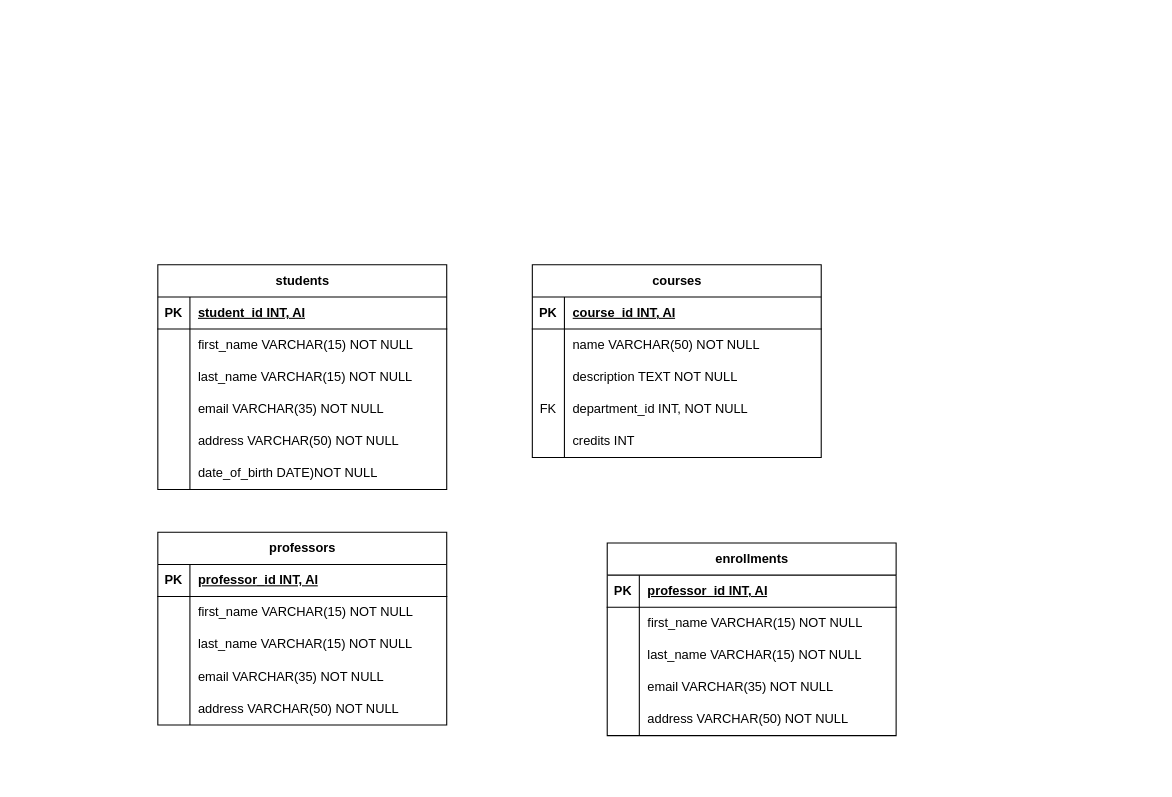
suryasaputra2016/YourFirstSite keeps this draw.io diagram as Phase2_graded_challenge2.drawio. Above is the earlier version. Source tidied: cells renumbered, new cells numbered last; positions are measured from the earlier drawing's top-left corner, leaving out a move shared by most shapes. Both pictures are drawn from the tidied source at 107%, with x=0, y=0 at pixel (157, 264).
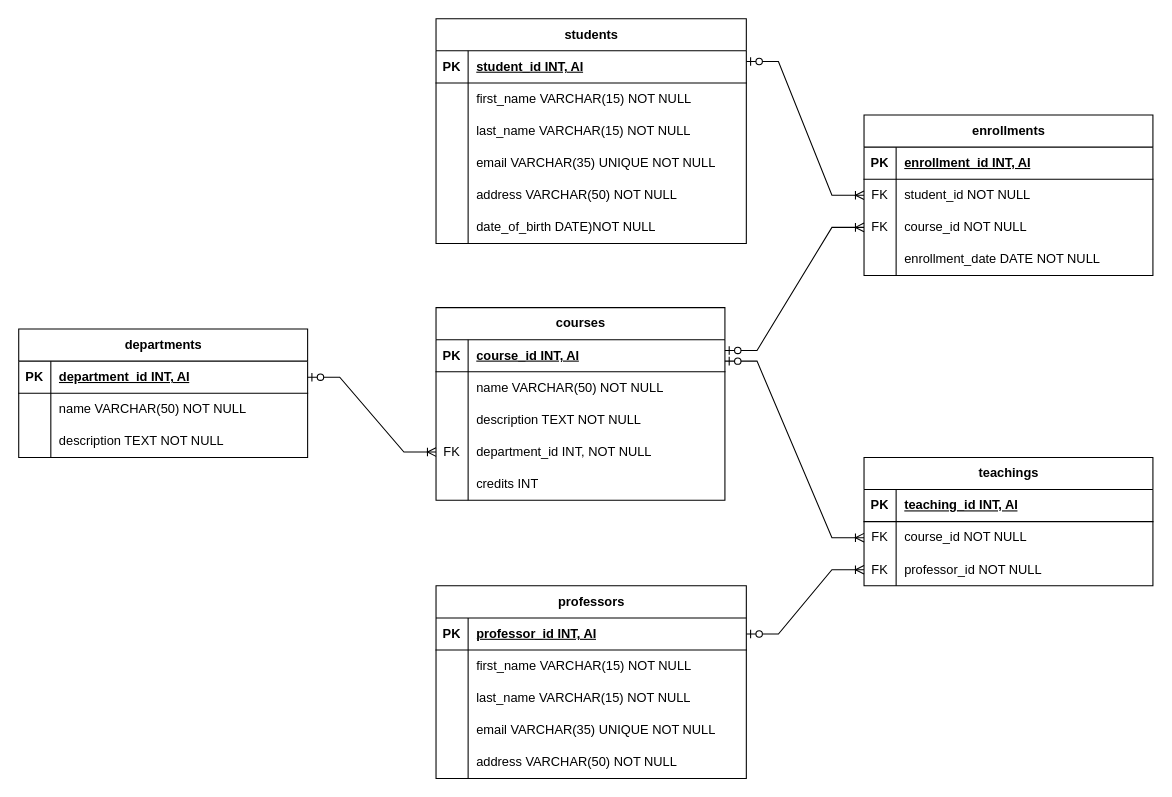
After the change.

Unchanged cells that the change refers to:
```xml
<mxCell id="31" style="shape=tableRow;horizontal=0;startSize=0;swimlaneHead=0;swimlaneBody=0;fillColor=none;points=[[0,0.5],[1,0.5]];portConstraint=eastwest;top=0;left=0;right=0;bottom=0;" parent="21" vertex="1">
  <mxGeometry y="120" width="270" height="30" as="geometry" />
</mxCell>
<mxCell id="54" style="shape=tableRow;horizontal=0;startSize=0;swimlaneHead=0;swimlaneBody=0;fillColor=none;top=0;left=0;right=0;bottom=1;" parent="53" vertex="1">
  <mxGeometry y="30" width="270" height="30" as="geometry" />
</mxCell>
<mxCell id="57" style="shape=tableRow;horizontal=0;startSize=0;swimlaneHead=0;swimlaneBody=0;fillColor=none;points=[[0,0.5],[1,0.5]];portConstraint=eastwest;top=0;left=0;right=0;bottom=0;" parent="53" vertex="1">
  <mxGeometry y="60" width="270" height="30" as="geometry" />
</mxCell>
<mxCell id="60" style="shape=tableRow;horizontal=0;startSize=0;swimlaneHead=0;swimlaneBody=0;fillColor=none;points=[[0,0.5],[1,0.5]];portConstraint=eastwest;top=0;left=0;right=0;bottom=0;" parent="53" vertex="1">
  <mxGeometry y="90" width="270" height="30" as="geometry" />
</mxCell>
<mxCell id="63" style="shape=tableRow;horizontal=0;startSize=0;swimlaneHead=0;swimlaneBody=0;fillColor=none;top=0;left=0;right=0;bottom=0;" parent="53" vertex="1">
  <mxGeometry y="120" width="270" height="30" as="geometry" />
</mxCell>
```

The edit, as a diff of the source:
```diff
@@
     <mxCell id="2" value="students" style="shape=table;startSize=30;childLayout=tableLayout;rowLines=0;fontStyle=1;align=center;html=1;" parent="1" vertex="1">
-      <mxGeometry width="270" height="210" as="geometry" />
+      <mxGeometry x="260" y="-230" width="290" height="210" as="geometry" />
     </mxCell>
     <mxCell id="3" style="shape=tableRow;horizontal=0;startSize=0;swimlaneHead=0;swimlaneBody=0;fillColor=none;top=0;left=0;right=0;bottom=1;" parent="2" vertex="1">
-      <mxGeometry y="30" width="270" height="30" as="geometry" />
+      <mxGeometry y="30" width="290" height="30" as="geometry" />
     </mxCell>
@@
     <mxCell id="5" value="student_id INT, AI" style="shape=partialRectangle;fillColor=none;top=0;left=0;bottom=0;right=0;align=left;spacingLeft=6;fontStyle=5;overflow=hidden;whiteSpace=wrap;html=1;" parent="3" vertex="1">
-      <mxGeometry x="30" width="240" height="30" as="geometry" />
+      <mxGeometry x="30" width="260" height="30" as="geometry" />
     </mxCell>
     <mxCell id="6" style="shape=tableRow;horizontal=0;startSize=0;swimlaneHead=0;swimlaneBody=0;fillColor=none;top=0;left=0;right=0;bottom=0;" parent="2" vertex="1">
-      <mxGeometry y="60" width="270" height="30" as="geometry" />
+      <mxGeometry y="60" width="290" height="30" as="geometry" />
     </mxCell>
@@
     <mxCell id="8" value="first_name VARCHAR(15) NOT NULL" style="shape=partialRectangle;fillColor=none;top=0;left=0;bottom=0;right=0;align=left;spacingLeft=6;overflow=hidden;whiteSpace=wrap;html=1;" parent="6" vertex="1">
-      <mxGeometry x="30" width="240" height="30" as="geometry" />
+      <mxGeometry x="30" width="260" height="30" as="geometry" />
     </mxCell>
     <mxCell id="9" style="shape=tableRow;horizontal=0;startSize=0;swimlaneHead=0;swimlaneBody=0;fillColor=none;top=0;left=0;right=0;bottom=0;" parent="2" vertex="1">
-      <mxGeometry y="90" width="270" height="30" as="geometry" />
+      <mxGeometry y="90" width="290" height="30" as="geometry" />
     </mxCell>
@@
     <mxCell id="11" value="last_name VARCHAR(15) NOT NULL" style="shape=partialRectangle;fillColor=none;top=0;left=0;bottom=0;right=0;align=left;spacingLeft=6;overflow=hidden;whiteSpace=wrap;html=1;" parent="9" vertex="1">
-      <mxGeometry x="30" width="240" height="30" as="geometry" />
+      <mxGeometry x="30" width="260" height="30" as="geometry" />
     </mxCell>
     <mxCell id="12" style="shape=tableRow;horizontal=0;startSize=0;swimlaneHead=0;swimlaneBody=0;fillColor=none;top=0;left=0;right=0;bottom=0;" parent="2" vertex="1">
-      <mxGeometry y="120" width="270" height="30" as="geometry" />
+      <mxGeometry y="120" width="290" height="30" as="geometry" />
     </mxCell>
@@
-    <mxCell id="14" value="email VARCHAR(35) NOT NULL" style="shape=partialRectangle;fillColor=none;top=0;left=0;bottom=0;right=0;align=left;spacingLeft=6;overflow=hidden;whiteSpace=wrap;html=1;" parent="12" vertex="1">
-      <mxGeometry x="30" width="240" height="30" as="geometry" />
+    <mxCell id="14" value="email VARCHAR(35) UNIQUE NOT NULL" style="shape=partialRectangle;fillColor=none;top=0;left=0;bottom=0;right=0;align=left;spacingLeft=6;overflow=hidden;whiteSpace=wrap;html=1;" parent="12" vertex="1">
+      <mxGeometry x="30" width="260" height="30" as="geometry" />
     </mxCell>
     <mxCell id="15" style="shape=tableRow;horizontal=0;startSize=0;swimlaneHead=0;swimlaneBody=0;fillColor=none;top=0;left=0;right=0;bottom=0;" parent="2" vertex="1">
-      <mxGeometry y="150" width="270" height="30" as="geometry" />
+      <mxGeometry y="150" width="290" height="30" as="geometry" />
     </mxCell>
@@
     <mxCell id="17" value="address VARCHAR(50) NOT NULL" style="shape=partialRectangle;fillColor=none;top=0;left=0;bottom=0;right=0;align=left;spacingLeft=6;overflow=hidden;whiteSpace=wrap;html=1;" parent="15" vertex="1">
-      <mxGeometry x="30" width="240" height="30" as="geometry" />
+      <mxGeometry x="30" width="260" height="30" as="geometry" />
     </mxCell>
     <mxCell id="18" style="shape=tableRow;horizontal=0;startSize=0;swimlaneHead=0;swimlaneBody=0;fillColor=none;top=0;left=0;right=0;bottom=0;" parent="2" vertex="1">
-      <mxGeometry y="180" width="270" height="30" as="geometry" />
+      <mxGeometry y="180" width="290" height="30" as="geometry" />
     </mxCell>
@@
     <mxCell id="20" value="date_of_birth DATE)NOT NULL" style="shape=partialRectangle;fillColor=none;top=0;left=0;bottom=0;right=0;align=left;spacingLeft=6;overflow=hidden;whiteSpace=wrap;html=1;" parent="18" vertex="1">
-      <mxGeometry x="30" width="240" height="30" as="geometry" />
+      <mxGeometry x="30" width="260" height="30" as="geometry" />
     </mxCell>
     <mxCell id="21" value="courses" style="shape=table;startSize=30;childLayout=tableLayout;rowLines=0;fontStyle=1;align=center;html=1;" parent="1" vertex="1">
-      <mxGeometry x="350" width="270" height="180" as="geometry" />
+      <mxGeometry x="260" y="40" width="270" height="180" as="geometry" />
     </mxCell>
@@
     <mxCell id="37" value="professors" style="shape=table;startSize=30;childLayout=tableLayout;rowLines=0;fontStyle=1;align=center;html=1;" parent="1" vertex="1">
-      <mxGeometry y="250" width="270" height="180" as="geometry" />
+      <mxGeometry x="260" y="300" width="290" height="180" as="geometry" />
     </mxCell>
     <mxCell id="38" style="shape=tableRow;horizontal=0;startSize=0;swimlaneHead=0;swimlaneBody=0;fillColor=none;top=0;left=0;right=0;bottom=1;" parent="37" vertex="1">
-      <mxGeometry y="30" width="270" height="30" as="geometry" />
+      <mxGeometry y="30" width="290" height="30" as="geometry" />
     </mxCell>
@@
     <mxCell id="40" value="professor_id INT, AI" style="shape=partialRectangle;fillColor=none;top=0;left=0;bottom=0;right=0;align=left;spacingLeft=6;fontStyle=5;overflow=hidden;whiteSpace=wrap;html=1;" parent="38" vertex="1">
-      <mxGeometry x="30" width="240" height="30" as="geometry" />
+      <mxGeometry x="30" width="260" height="30" as="geometry" />
     </mxCell>
     <mxCell id="41" style="shape=tableRow;horizontal=0;startSize=0;swimlaneHead=0;swimlaneBody=0;fillColor=none;top=0;left=0;right=0;bottom=0;" parent="37" vertex="1">
-      <mxGeometry y="60" width="270" height="30" as="geometry" />
+      <mxGeometry y="60" width="290" height="30" as="geometry" />
     </mxCell>
@@
     <mxCell id="43" value="first_name VARCHAR(15) NOT NULL" style="shape=partialRectangle;fillColor=none;top=0;left=0;bottom=0;right=0;align=left;spacingLeft=6;overflow=hidden;whiteSpace=wrap;html=1;" parent="41" vertex="1">
-      <mxGeometry x="30" width="240" height="30" as="geometry" />
+      <mxGeometry x="30" width="260" height="30" as="geometry" />
     </mxCell>
     <mxCell id="44" style="shape=tableRow;horizontal=0;startSize=0;swimlaneHead=0;swimlaneBody=0;fillColor=none;top=0;left=0;right=0;bottom=0;" parent="37" vertex="1">
-      <mxGeometry y="90" width="270" height="30" as="geometry" />
+      <mxGeometry y="90" width="290" height="30" as="geometry" />
     </mxCell>
@@
     <mxCell id="46" value="last_name VARCHAR(15) NOT NULL" style="shape=partialRectangle;fillColor=none;top=0;left=0;bottom=0;right=0;align=left;spacingLeft=6;overflow=hidden;whiteSpace=wrap;html=1;" parent="44" vertex="1">
-      <mxGeometry x="30" width="240" height="30" as="geometry" />
+      <mxGeometry x="30" width="260" height="30" as="geometry" />
     </mxCell>
     <mxCell id="47" style="shape=tableRow;horizontal=0;startSize=0;swimlaneHead=0;swimlaneBody=0;fillColor=none;top=0;left=0;right=0;bottom=0;" parent="37" vertex="1">
-      <mxGeometry y="120" width="270" height="30" as="geometry" />
+      <mxGeometry y="120" width="290" height="30" as="geometry" />
     </mxCell>
@@
-    <mxCell id="49" value="email VARCHAR(35) NOT NULL" style="shape=partialRectangle;fillColor=none;top=0;left=0;bottom=0;right=0;align=left;spacingLeft=6;overflow=hidden;whiteSpace=wrap;html=1;" parent="47" vertex="1">
-      <mxGeometry x="30" width="240" height="30" as="geometry" />
+    <mxCell id="49" value="email VARCHAR(35) UNIQUE NOT NULL" style="shape=partialRectangle;fillColor=none;top=0;left=0;bottom=0;right=0;align=left;spacingLeft=6;overflow=hidden;whiteSpace=wrap;html=1;" parent="47" vertex="1">
+      <mxGeometry x="30" width="260" height="30" as="geometry" />
     </mxCell>
     <mxCell id="50" style="shape=tableRow;horizontal=0;startSize=0;swimlaneHead=0;swimlaneBody=0;fillColor=none;top=0;left=0;right=0;bottom=0;" parent="37" vertex="1">
-      <mxGeometry y="150" width="270" height="30" as="geometry" />
+      <mxGeometry y="150" width="290" height="30" as="geometry" />
     </mxCell>
@@
     <mxCell id="52" value="address VARCHAR(50) NOT NULL" style="shape=partialRectangle;fillColor=none;top=0;left=0;bottom=0;right=0;align=left;spacingLeft=6;overflow=hidden;whiteSpace=wrap;html=1;" parent="50" vertex="1">
-      <mxGeometry x="30" width="240" height="30" as="geometry" />
+      <mxGeometry x="30" width="260" height="30" as="geometry" />
     </mxCell>
     <mxCell id="53" value="enrollments" style="shape=table;startSize=30;childLayout=tableLayout;rowLines=0;fontStyle=1;align=center;html=1;" parent="1" vertex="1">
-      <mxGeometry x="420" y="260" width="270" height="180" as="geometry" />
+      <mxGeometry x="660" y="-140" width="270" height="150" as="geometry" />
     </mxCell>
@@
-    <mxCell id="56" value="professor_id INT, AI" style="shape=partialRectangle;fillColor=none;top=0;left=0;bottom=0;right=0;align=left;spacingLeft=6;fontStyle=5;overflow=hidden;whiteSpace=wrap;html=1;" parent="54" vertex="1">
+    <mxCell id="56" value="enrollment_id INT, AI" style="shape=partialRectangle;fillColor=none;top=0;left=0;bottom=0;right=0;align=left;spacingLeft=6;fontStyle=5;overflow=hidden;whiteSpace=wrap;html=1;" parent="54" vertex="1">
       <mxGeometry x="30" width="240" height="30" as="geometry" />
     </mxCell>
@@
-    <mxCell id="58" style="shape=partialRectangle;fillColor=none;top=0;left=0;bottom=0;right=0;overflow=hidden;whiteSpace=wrap;html=1;" parent="57" vertex="1">
+    <mxCell id="58" value="FK" style="shape=partialRectangle;fillColor=none;top=0;left=0;bottom=0;right=0;overflow=hidden;whiteSpace=wrap;html=1;" parent="57" vertex="1">
       <mxGeometry width="30" height="30" as="geometry" />
     </mxCell>
-    <mxCell id="59" value="first_name VARCHAR(15) NOT NULL" style="shape=partialRectangle;fillColor=none;top=0;left=0;bottom=0;right=0;align=left;spacingLeft=6;overflow=hidden;whiteSpace=wrap;html=1;" parent="57" vertex="1">
+    <mxCell id="59" value="student_id NOT NULL" style="shape=partialRectangle;fillColor=none;top=0;left=0;bottom=0;right=0;align=left;spacingLeft=6;overflow=hidden;whiteSpace=wrap;html=1;" parent="57" vertex="1">
       <mxGeometry x="30" width="240" height="30" as="geometry" />
     </mxCell>
@@
-    <mxCell id="61" style="shape=partialRectangle;fillColor=none;top=0;left=0;bottom=0;right=0;overflow=hidden;whiteSpace=wrap;html=1;" parent="60" vertex="1">
+    <mxCell id="61" value="FK" style="shape=partialRectangle;fillColor=none;top=0;left=0;bottom=0;right=0;overflow=hidden;whiteSpace=wrap;html=1;" parent="60" vertex="1">
       <mxGeometry width="30" height="30" as="geometry" />
     </mxCell>
-    <mxCell id="62" value="last_name VARCHAR(15) NOT NULL" style="shape=partialRectangle;fillColor=none;top=0;left=0;bottom=0;right=0;align=left;spacingLeft=6;overflow=hidden;whiteSpace=wrap;html=1;" parent="60" vertex="1">
+    <mxCell id="62" value="course_id NOT NULL" style="shape=partialRectangle;fillColor=none;top=0;left=0;bottom=0;right=0;align=left;spacingLeft=6;overflow=hidden;whiteSpace=wrap;html=1;" parent="60" vertex="1">
       <mxGeometry x="30" width="240" height="30" as="geometry" />
     </mxCell>
@@
-    <mxCell id="65" value="email VARCHAR(35) NOT NULL" style="shape=partialRectangle;fillColor=none;top=0;left=0;bottom=0;right=0;align=left;spacingLeft=6;overflow=hidden;whiteSpace=wrap;html=1;" parent="63" vertex="1">
+    <mxCell id="65" value="enrollment_date DATE NOT NULL" style="shape=partialRectangle;fillColor=none;top=0;left=0;bottom=0;right=0;align=left;spacingLeft=6;overflow=hidden;whiteSpace=wrap;html=1;" parent="63" vertex="1">
       <mxGeometry x="30" width="240" height="30" as="geometry" />
     </mxCell>
-    <mxCell id="66" style="shape=tableRow;horizontal=0;startSize=0;swimlaneHead=0;swimlaneBody=0;fillColor=none;top=0;left=0;right=0;bottom=0;" parent="53" vertex="1">
-      <mxGeometry y="150" width="270" height="30" as="geometry" />
-    </mxCell>
-    <mxCell id="67" style="shape=partialRectangle;fillColor=none;top=0;left=0;bottom=0;right=0;overflow=hidden;whiteSpace=wrap;html=1;" parent="66" vertex="1">
-      <mxGeometry width="30" height="30" as="geometry" />
-    </mxCell>
-    <mxCell id="68" value="address VARCHAR(50) NOT NULL" style="shape=partialRectangle;fillColor=none;top=0;left=0;bottom=0;right=0;align=left;spacingLeft=6;overflow=hidden;whiteSpace=wrap;html=1;" parent="66" vertex="1">
-      <mxGeometry x="30" width="240" height="30" as="geometry" />
-    </mxCell>
+    <mxCell id="69" value="departments" style="shape=table;startSize=30;childLayout=tableLayout;rowLines=0;fontStyle=1;align=center;html=1;" parent="1" vertex="1">
+      <mxGeometry x="-130" y="60" width="270" height="120" as="geometry" />
+    </mxCell>
+    <mxCell id="70" style="shape=tableRow;horizontal=0;startSize=0;swimlaneHead=0;swimlaneBody=0;fillColor=none;points=[[0,0.5],[1,0.5]];portConstraint=eastwest;top=0;left=0;right=0;bottom=1;" parent="69" vertex="1">
+      <mxGeometry y="30" width="270" height="30" as="geometry" />
+    </mxCell>
+    <mxCell id="71" value="PK" style="shape=partialRectangle;fillColor=none;top=0;left=0;bottom=0;right=0;fontStyle=1;overflow=hidden;whiteSpace=wrap;html=1;" parent="70" vertex="1">
+      <mxGeometry width="30" height="30" as="geometry" />
+    </mxCell>
+    <mxCell id="72" value="department_id INT, AI" style="shape=partialRectangle;fillColor=none;top=0;left=0;bottom=0;right=0;align=left;spacingLeft=6;fontStyle=5;overflow=hidden;whiteSpace=wrap;html=1;" parent="70" vertex="1">
+      <mxGeometry x="30" width="240" height="30" as="geometry" />
+    </mxCell>
+    <mxCell id="73" style="shape=tableRow;horizontal=0;startSize=0;swimlaneHead=0;swimlaneBody=0;fillColor=none;top=0;left=0;right=0;bottom=0;" parent="69" vertex="1">
+      <mxGeometry y="60" width="270" height="30" as="geometry" />
+    </mxCell>
+    <mxCell id="74" style="shape=partialRectangle;fillColor=none;top=0;left=0;bottom=0;right=0;overflow=hidden;whiteSpace=wrap;html=1;" parent="73" vertex="1">
+      <mxGeometry width="30" height="30" as="geometry" />
+    </mxCell>
+    <mxCell id="75" value="name VARCHAR(50) NOT NULL" style="shape=partialRectangle;fillColor=none;top=0;left=0;bottom=0;right=0;align=left;spacingLeft=6;overflow=hidden;whiteSpace=wrap;html=1;" parent="73" vertex="1">
+      <mxGeometry x="30" width="240" height="30" as="geometry" />
+    </mxCell>
+    <mxCell id="76" style="shape=tableRow;horizontal=0;startSize=0;swimlaneHead=0;swimlaneBody=0;fillColor=none;top=0;left=0;right=0;bottom=0;" parent="69" vertex="1">
+      <mxGeometry y="90" width="270" height="30" as="geometry" />
+    </mxCell>
+    <mxCell id="77" style="shape=partialRectangle;fillColor=none;top=0;left=0;bottom=0;right=0;overflow=hidden;whiteSpace=wrap;html=1;" parent="76" vertex="1">
+      <mxGeometry width="30" height="30" as="geometry" />
+    </mxCell>
+    <mxCell id="78" value="description TEXT NOT NULL" style="shape=partialRectangle;fillColor=none;top=0;left=0;bottom=0;right=0;align=left;spacingLeft=6;overflow=hidden;whiteSpace=wrap;html=1;" parent="76" vertex="1">
+      <mxGeometry x="30" width="240" height="30" as="geometry" />
+    </mxCell>
+    <mxCell id="79" value="teachings" style="shape=table;startSize=30;childLayout=tableLayout;rowLines=0;fontStyle=1;align=center;html=1;" parent="1" vertex="1">
+      <mxGeometry x="660" y="180" width="270" height="120" as="geometry" />
+    </mxCell>
+    <mxCell id="80" style="shape=tableRow;horizontal=0;startSize=0;swimlaneHead=0;swimlaneBody=0;fillColor=none;top=0;left=0;right=0;bottom=1;" parent="79" vertex="1">
+      <mxGeometry y="30" width="270" height="30" as="geometry" />
+    </mxCell>
+    <mxCell id="81" value="PK" style="shape=partialRectangle;fillColor=none;top=0;left=0;bottom=0;right=0;fontStyle=1;overflow=hidden;whiteSpace=wrap;html=1;" parent="80" vertex="1">
+      <mxGeometry width="30" height="30" as="geometry" />
+    </mxCell>
+    <mxCell id="82" value="teaching_id INT, AI" style="shape=partialRectangle;fillColor=none;top=0;left=0;bottom=0;right=0;align=left;spacingLeft=6;fontStyle=5;overflow=hidden;whiteSpace=wrap;html=1;" parent="80" vertex="1">
+      <mxGeometry x="30" width="240" height="30" as="geometry" />
+    </mxCell>
+    <mxCell id="83" style="shape=tableRow;horizontal=0;startSize=0;swimlaneHead=0;swimlaneBody=0;fillColor=none;points=[[0,0.5],[1,0.5]];portConstraint=eastwest;top=0;left=0;right=0;bottom=0;" parent="79" vertex="1">
+      <mxGeometry y="60" width="270" height="30" as="geometry" />
+    </mxCell>
+    <mxCell id="84" value="FK" style="shape=partialRectangle;fillColor=none;top=0;left=0;bottom=0;right=0;overflow=hidden;whiteSpace=wrap;html=1;" parent="83" vertex="1">
+      <mxGeometry width="30" height="30" as="geometry" />
+    </mxCell>
+    <mxCell id="85" value="course_id NOT NULL" style="shape=partialRectangle;fillColor=none;top=0;left=0;bottom=0;right=0;align=left;spacingLeft=6;overflow=hidden;whiteSpace=wrap;html=1;" parent="83" vertex="1">
+      <mxGeometry x="30" width="240" height="30" as="geometry" />
+    </mxCell>
+    <mxCell id="86" style="shape=tableRow;horizontal=0;startSize=0;swimlaneHead=0;swimlaneBody=0;fillColor=none;points=[[0,0.5],[1,0.5]];portConstraint=eastwest;top=0;left=0;right=0;bottom=0;" parent="79" vertex="1">
+      <mxGeometry y="90" width="270" height="30" as="geometry" />
+    </mxCell>
+    <mxCell id="87" value="FK" style="shape=partialRectangle;fillColor=none;top=0;left=0;bottom=0;right=0;overflow=hidden;whiteSpace=wrap;html=1;" parent="86" vertex="1">
+      <mxGeometry width="30" height="30" as="geometry" />
+    </mxCell>
+    <mxCell id="88" value="professor_id NOT NULL" style="shape=partialRectangle;fillColor=none;top=0;left=0;bottom=0;right=0;align=left;spacingLeft=6;overflow=hidden;whiteSpace=wrap;html=1;" parent="86" vertex="1">
+      <mxGeometry x="30" width="240" height="30" as="geometry" />
+    </mxCell>
+    <mxCell id="89" style="edgeStyle=entityRelationEdgeStyle;fontSize=12;html=1;endArrow=ERoneToMany;startArrow=ERzeroToOne;rounded=0;exitX=1;exitY=0.5;exitDx=0;exitDy=0;entryX=0;entryY=0.5;entryDx=0;entryDy=0;" parent="1" edge="1" source="70" target="31">
+      <mxGeometry relative="1" as="geometry" />
+    </mxCell>
+    <mxCell id="90" style="edgeStyle=entityRelationEdgeStyle;fontSize=12;html=1;endArrow=ERoneToMany;startArrow=ERzeroToOne;rounded=0;exitX=1;exitY=0.5;exitDx=0;exitDy=0;entryX=0;entryY=0.5;entryDx=0;entryDy=0;" parent="1" edge="1" target="57">
+      <mxGeometry relative="1" as="geometry">
+        <mxPoint x="550" y="-190" as="sourcePoint" />
+        <Array as="points">
+          <mxPoint x="1040" y="-435" />
+        </Array>
+      </mxGeometry>
+    </mxCell>
+    <mxCell id="91" style="edgeStyle=entityRelationEdgeStyle;fontSize=12;html=1;endArrow=ERoneToMany;startArrow=ERzeroToOne;rounded=0;exitX=1;exitY=0.5;exitDx=0;exitDy=0;entryX=0;entryY=0.5;entryDx=0;entryDy=0;" parent="1" edge="1" target="60">
+      <mxGeometry relative="1" as="geometry">
+        <mxPoint x="530" y="80" as="sourcePoint" />
+        <Array as="points">
+          <mxPoint x="1020" y="-165" />
+        </Array>
+      </mxGeometry>
+    </mxCell>
+    <mxCell id="92" style="edgeStyle=entityRelationEdgeStyle;fontSize=12;html=1;endArrow=ERoneToMany;startArrow=ERzeroToOne;rounded=0;exitX=1;exitY=0.5;exitDx=0;exitDy=0;entryX=0;entryY=0.5;entryDx=0;entryDy=0;" parent="1" edge="1" target="83">
+      <mxGeometry relative="1" as="geometry">
+        <mxPoint x="530" y="90" as="sourcePoint" />
+        <Array as="points">
+          <mxPoint x="1020" y="-155" />
+        </Array>
+      </mxGeometry>
+    </mxCell>
+    <mxCell id="93" style="edgeStyle=entityRelationEdgeStyle;fontSize=12;html=1;endArrow=ERoneToMany;startArrow=ERzeroToOne;rounded=0;exitX=1;exitY=0.5;exitDx=0;exitDy=0;entryX=0;entryY=0.5;entryDx=0;entryDy=0;" parent="1" edge="1" target="86">
+      <mxGeometry relative="1" as="geometry">
+        <mxPoint x="550" y="345" as="sourcePoint" />
+        <Array as="points">
+          <mxPoint x="1040" y="100" />
+          <mxPoint x="610" y="585" />
+        </Array>
+      </mxGeometry>
+    </mxCell>
```
